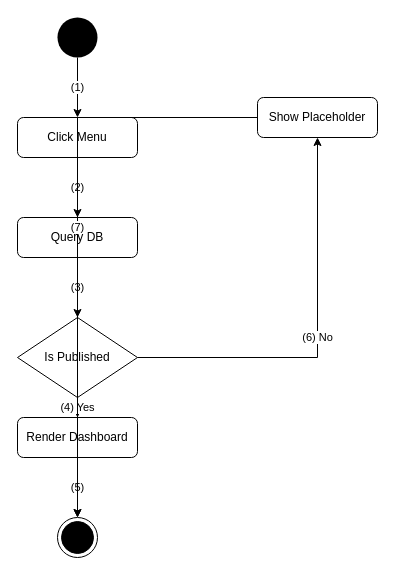
Above: activity_flow/uc65_activity_flow.drawio in kingDlight/UEIMS_Project (draw.io), before the change. Source tidied: cells renumbered, new cells numbered last; positions are measured from the earlier drawing's top-left corner, leaving out a move shared by most shapes. Both pictures are drawn from the tidied source at 100%, with x=0, y=0 at pixel (17, 17).
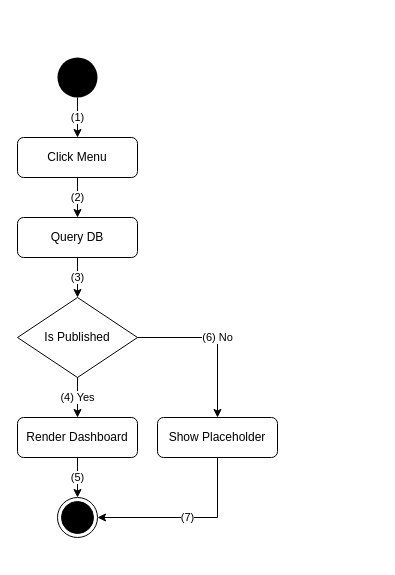
The same diagram, later.

Diff of the diagram source:
```diff
@@
 <mxGraphModel>
   <root>
     <mxCell id="0" />
     <mxCell id="1" parent="0" />
     <mxCell id="2" style="ellipse;whiteSpace=wrap;html=1;fillColor=#000000;strokeColor=none;" parent="1" vertex="1">
-      <mxGeometry x="40" width="40" height="40" as="geometry" />
+      <mxGeometry x="40" y="40" width="40" height="40" as="geometry" />
     </mxCell>
     <mxCell id="3" value="Click Menu" style="rounded=1;whiteSpace=wrap;html=1;" parent="1" vertex="1">
-      <mxGeometry y="100" width="120" height="40" as="geometry" />
+      <mxGeometry y="120" width="120" height="40" as="geometry" />
     </mxCell>
     <mxCell id="4" value="Query DB" style="rounded=1;whiteSpace=wrap;html=1;" parent="1" vertex="1">
       <mxGeometry y="200" width="120" height="40" as="geometry" />
     </mxCell>
     <mxCell id="5" value="Is Published" style="rhombus;whiteSpace=wrap;html=1;" parent="1" vertex="1">
-      <mxGeometry y="300" width="120" height="80" as="geometry" />
+      <mxGeometry y="280" width="120" height="80" as="geometry" />
     </mxCell>
     <mxCell id="6" value="Render Dashboard" style="rounded=1;whiteSpace=wrap;html=1;" parent="1" vertex="1">
       <mxGeometry y="400" width="120" height="40" as="geometry" />
     </mxCell>
     <mxCell id="7" style="ellipse;html=1;shape=endState;fillColor=#000000;strokeColor=#000000;" parent="1" vertex="1">
-      <mxGeometry x="40" y="500" width="40" height="40" as="geometry" />
+      <mxGeometry x="40" y="480" width="40" height="40" as="geometry" />
     </mxCell>
     <mxCell id="8" value="Show Placeholder" style="rounded=1;whiteSpace=wrap;html=1;" parent="1" vertex="1">
-      <mxGeometry x="240" y="80" width="120" height="40" as="geometry" />
+      <mxGeometry x="140" y="400" width="120" height="40" as="geometry" />
     </mxCell>
     <mxCell id="9" value="(1)" style="edgeStyle=orthogonalEdgeStyle;rounded=0;html=1;exitX=0.5;exitY=1;entryX=0.5;entryY=0;" parent="1" edge="1" source="2" target="3">
       <mxGeometry relative="1" as="geometry" />
     </mxCell>
     <mxCell id="10" value="(2)" style="edgeStyle=orthogonalEdgeStyle;rounded=0;html=1;exitX=0.5;exitY=1;entryX=0.5;entryY=0;" parent="1" edge="1" source="3" target="4">
       <mxGeometry relative="1" as="geometry" />
     </mxCell>
     <mxCell id="11" value="(3)" style="edgeStyle=orthogonalEdgeStyle;rounded=0;html=1;exitX=0.5;exitY=1;entryX=0.5;entryY=0;" parent="1" edge="1" source="4" target="5">
       <mxGeometry relative="1" as="geometry" />
     </mxCell>
     <mxCell id="12" value="(4) Yes" style="edgeStyle=orthogonalEdgeStyle;rounded=0;html=1;exitX=0.5;exitY=1;entryX=0.5;entryY=0;" parent="1" edge="1" source="5" target="6">
       <mxGeometry relative="1" as="geometry" />
     </mxCell>
     <mxCell id="13" value="(5)" style="edgeStyle=orthogonalEdgeStyle;rounded=0;html=1;exitX=0.5;exitY=1;entryX=0.5;entryY=0;" parent="1" edge="1" source="6" target="7">
       <mxGeometry relative="1" as="geometry" />
     </mxCell>
-    <mxCell id="14" value="(6) No" style="edgeStyle=orthogonalEdgeStyle;rounded=0;html=1;exitX=1;exitY=0.5;entryX=0.5;entryY=1;" parent="1" edge="1" source="5" target="8">
+    <mxCell id="14" value="(6) No" style="edgeStyle=orthogonalEdgeStyle;rounded=0;html=1;exitX=1;exitY=0.5;entryX=0.5;entryY=0;entryDx=0;entryDy=0;" parent="1" edge="1" source="5" target="8">
       <mxGeometry relative="1" as="geometry" />
     </mxCell>
-    <mxCell id="15" value="(7)" style="edgeStyle=orthogonalEdgeStyle;rounded=0;html=1;exitX=0;exitY=0.5;entryX=0.5;entryY=0;" parent="1" edge="1" source="8" target="7">
+    <mxCell id="15" value="(7)" style="edgeStyle=orthogonalEdgeStyle;rounded=0;html=1;exitX=0.5;exitY=1;entryX=1;entryY=0.5;exitDx=0;exitDy=0;entryDx=0;entryDy=0;" parent="1" edge="1" source="8" target="7">
       <mxGeometry relative="1" as="geometry" />
     </mxCell>
   </root>
 </mxGraphModel>
```
